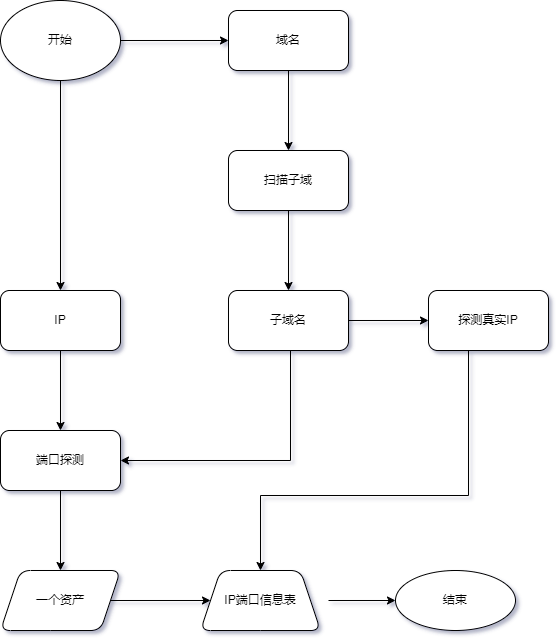
Greetdawn/poodlescan keeps this draw.io diagram as img/概要设计扫描模块流程图.drawio.png. Above is the earlier version. Source tidied: cells renumbered, new cells last; positions are measured from the earlier drawing's top-left corner, leaving out a move shared by most shapes.
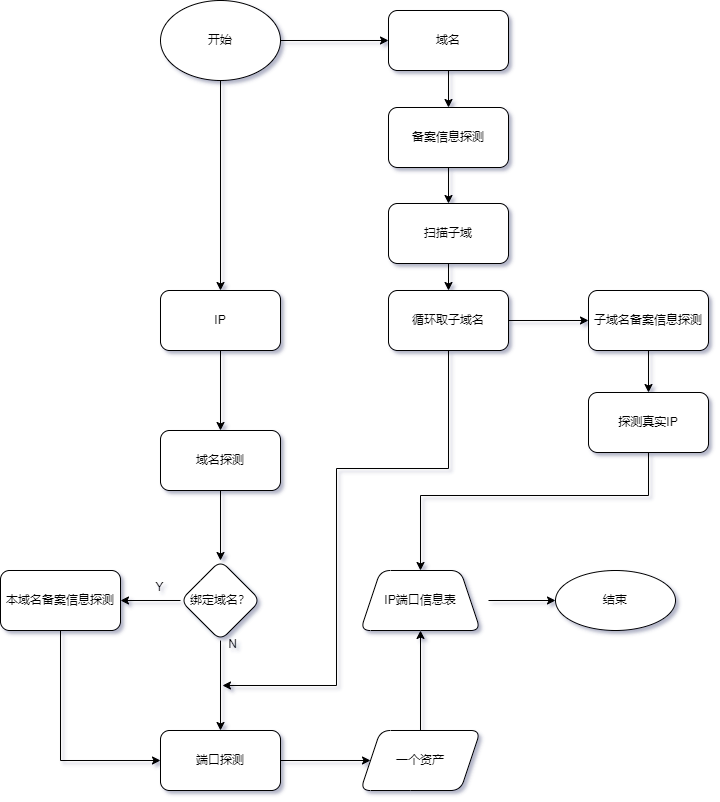
Later version of the same file.

Diff of the diagram source:
```diff
@@ -8,9 +8,9 @@
     <mxCell id="3" value="IP" style="rounded=1;whiteSpace=wrap;html=1;" parent="1" vertex="1">
       <mxGeometry y="290" width="120" height="60" as="geometry" />
     </mxCell>
-    <mxCell id="4" style="edgeStyle=orthogonalEdgeStyle;rounded=0;jettySize=auto;html=1;" parent="1" edge="1" source="5" target="7">
-      <mxGeometry relative="1" as="geometry" />
-    </mxCell>
+    <mxCell id="23" style="edgeStyle=orthogonalEdgeStyle;rounded=0;jettySize=auto;html=1;" parent="1" edge="1" source="5" target="39">
+      <mxGeometry relative="1" as="geometry" />
+    </mxCell>
     <mxCell id="5" value="域名" style="rounded=1;whiteSpace=wrap;html=1;" parent="1" vertex="1">
       <mxGeometry x="228" y="10" width="120" height="60" as="geometry" />
     </mxCell>
@@ -18,12 +18,12 @@
       <mxGeometry relative="1" as="geometry" />
     </mxCell>
     <mxCell id="7" value="扫描子域" style="rounded=1;whiteSpace=wrap;html=1;" parent="1" vertex="1">
-      <mxGeometry x="228" y="150" width="120" height="60" as="geometry" />
+      <mxGeometry x="228" y="203" width="120" height="60" as="geometry" />
     </mxCell>
-    <mxCell id="8" style="edgeStyle=orthogonalEdgeStyle;rounded=0;jettySize=auto;html=1;" parent="1" edge="1" source="9" target="14">
-      <mxGeometry relative="1" as="geometry" />
-    </mxCell>
+    <mxCell id="24" style="edgeStyle=orthogonalEdgeStyle;rounded=0;jettySize=auto;html=1;" parent="1" edge="1" source="9" target="29">
+      <mxGeometry relative="1" as="geometry" />
+    </mxCell>
-    <mxCell id="9" value="端口探测" style="rounded=1;whiteSpace=wrap;html=1;" parent="1" vertex="1">
+    <mxCell id="9" value="域名探测" style="rounded=1;whiteSpace=wrap;html=1;" parent="1" vertex="1">
       <mxGeometry y="430" width="120" height="60" as="geometry" />
     </mxCell>
     <mxCell id="10" style="edgeStyle=orthogonalEdgeStyle;rounded=0;jettySize=auto;html=1;entryX=0.5;entryY=0;entryDx=0;entryDy=0;" parent="1" edge="1" source="12" target="3">
@@ -39,7 +39,7 @@
       <mxGeometry relative="1" as="geometry" />
     </mxCell>
     <mxCell id="14" value="一个资产" style="shape=parallelogram;perimeter=parallelogramPerimeter;whiteSpace=wrap;html=1;fixedSize=1;rounded=1;" parent="1" vertex="1">
-      <mxGeometry y="570" width="120" height="60" as="geometry" />
+      <mxGeometry x="200" y="730" width="120" height="60" as="geometry" />
     </mxCell>
     <mxCell id="15" value="结束" style="ellipse;whiteSpace=wrap;html=1;rounded=1;" parent="1" vertex="1">
       <mxGeometry x="395" y="570" width="120" height="60" as="geometry" />
@@ -49,17 +49,19 @@
         <mxPoint x="328" y="600" as="sourcePoint" />
       </mxGeometry>
     </mxCell>
-    <mxCell id="17" style="edgeStyle=orthogonalEdgeStyle;rounded=0;jettySize=auto;html=1;entryX=1;entryY=0.5;entryDx=0;entryDy=0;" parent="1" edge="1" source="19" target="9">
-      <mxGeometry relative="1" as="geometry">
-        <Array as="points">
-          <mxPoint x="290" y="460" />
-        </Array>
-      </mxGeometry>
-    </mxCell>
-    <mxCell id="18" style="edgeStyle=orthogonalEdgeStyle;rounded=0;jettySize=auto;html=1;" parent="1" edge="1" source="19" target="22">
-      <mxGeometry relative="1" as="geometry" />
-    </mxCell>
+    <mxCell id="25" style="edgeStyle=orthogonalEdgeStyle;rounded=0;jettySize=auto;html=1;" parent="1" edge="1" source="19">
+      <mxGeometry relative="1" as="geometry">
+        <mxPoint x="62" y="685" as="targetPoint" />
+        <Array as="points">
+          <mxPoint x="288" y="468" />
+          <mxPoint x="176" y="468" />
+        </Array>
+      </mxGeometry>
+    </mxCell>
+    <mxCell id="26" style="edgeStyle=orthogonalEdgeStyle;rounded=0;jettySize=auto;html=1;" parent="1" edge="1" source="19" target="37">
+      <mxGeometry relative="1" as="geometry" />
+    </mxCell>
-    <mxCell id="19" value="子域名" style="whiteSpace=wrap;html=1;rounded=1;" parent="1" vertex="1">
+    <mxCell id="19" value="循环取子域名" style="whiteSpace=wrap;html=1;rounded=1;" parent="1" vertex="1">
       <mxGeometry x="228" y="290" width="120" height="60" as="geometry" />
     </mxCell>
     <mxCell id="20" value="IP端口信息表" style="shape=trapezoid;perimeter=trapezoidPerimeter;whiteSpace=wrap;html=1;fixedSize=1;rounded=1;" parent="1" vertex="1">
@@ -68,13 +70,56 @@
     <mxCell id="21" style="edgeStyle=orthogonalEdgeStyle;rounded=0;jettySize=auto;html=1;entryX=0.5;entryY=0;entryDx=0;entryDy=0;" parent="1" edge="1" source="22" target="20">
       <mxGeometry relative="1" as="geometry">
         <Array as="points">
-          <mxPoint x="468" y="495" />
+          <mxPoint x="488" y="495" />
           <mxPoint x="260" y="495" />
         </Array>
       </mxGeometry>
     </mxCell>
     <mxCell id="22" value="探测真实IP" style="whiteSpace=wrap;html=1;rounded=1;" parent="1" vertex="1">
-      <mxGeometry x="428" y="290" width="120" height="60" as="geometry" />
+      <mxGeometry x="428" y="392" width="120" height="60" as="geometry" />
     </mxCell>
+    <mxCell id="27" style="edgeStyle=orthogonalEdgeStyle;rounded=0;jettySize=auto;html=1;" parent="1" edge="1" source="29" target="31">
+      <mxGeometry relative="1" as="geometry" />
+    </mxCell>
+    <mxCell id="28" style="edgeStyle=orthogonalEdgeStyle;rounded=0;jettySize=auto;html=1;" parent="1" edge="1" source="29" target="34">
+      <mxGeometry relative="1" as="geometry" />
+    </mxCell>
+    <mxCell id="29" value="绑定域名？" style="rhombus;whiteSpace=wrap;html=1;rounded=1;" parent="1" vertex="1">
+      <mxGeometry x="20" y="560" width="80" height="80" as="geometry" />
+    </mxCell>
+    <mxCell id="30" style="edgeStyle=orthogonalEdgeStyle;rounded=0;jettySize=auto;html=1;entryX=0;entryY=0.5;entryDx=0;entryDy=0;" parent="1" edge="1" source="31" target="34">
+      <mxGeometry relative="1" as="geometry">
+        <Array as="points">
+          <mxPoint x="-100" y="760" />
+        </Array>
+      </mxGeometry>
+    </mxCell>
+    <mxCell id="31" value="本域名备案信息探测" style="whiteSpace=wrap;html=1;rounded=1;" parent="1" vertex="1">
+      <mxGeometry x="-160" y="570" width="120" height="60" as="geometry" />
+    </mxCell>
+    <mxCell id="32" value="Y" style="text;html=1;align=center;verticalAlign=middle;strokeColor=none;fillColor=none;" parent="1" vertex="1">
+      <mxGeometry x="-10" y="578" width="18" height="18" as="geometry" />
+    </mxCell>
+    <mxCell id="33" style="edgeStyle=orthogonalEdgeStyle;rounded=0;jettySize=auto;html=1;" parent="1" edge="1" source="34" target="14">
+      <mxGeometry relative="1" as="geometry" />
+    </mxCell>
+    <mxCell id="34" value="端口探测" style="whiteSpace=wrap;html=1;rounded=1;" parent="1" vertex="1">
+      <mxGeometry y="730" width="120" height="60" as="geometry" />
+    </mxCell>
+    <mxCell id="35" value="N" style="text;html=1;align=center;verticalAlign=middle;strokeColor=none;fillColor=none;" parent="1" vertex="1">
+      <mxGeometry x="62" y="635" width="19" height="18" as="geometry" />
+    </mxCell>
+    <mxCell id="36" style="edgeStyle=orthogonalEdgeStyle;rounded=0;jettySize=auto;html=1;entryX=0.5;entryY=0;entryDx=0;entryDy=0;" parent="1" edge="1" source="37" target="22">
+      <mxGeometry relative="1" as="geometry" />
+    </mxCell>
+    <mxCell id="37" value="子域名备案信息探测" style="whiteSpace=wrap;html=1;rounded=1;" parent="1" vertex="1">
+      <mxGeometry x="428" y="290" width="120" height="60" as="geometry" />
+    </mxCell>
+    <mxCell id="38" style="edgeStyle=orthogonalEdgeStyle;rounded=0;jettySize=auto;html=1;entryX=0.5;entryY=0;entryDx=0;entryDy=0;" parent="1" edge="1" source="39" target="7">
+      <mxGeometry relative="1" as="geometry" />
+    </mxCell>
+    <mxCell id="39" value="备案信息探测" style="whiteSpace=wrap;html=1;rounded=1;" parent="1" vertex="1">
+      <mxGeometry x="228" y="107" width="120" height="60" as="geometry" />
+    </mxCell>
   </root>
 </mxGraphModel>
```
